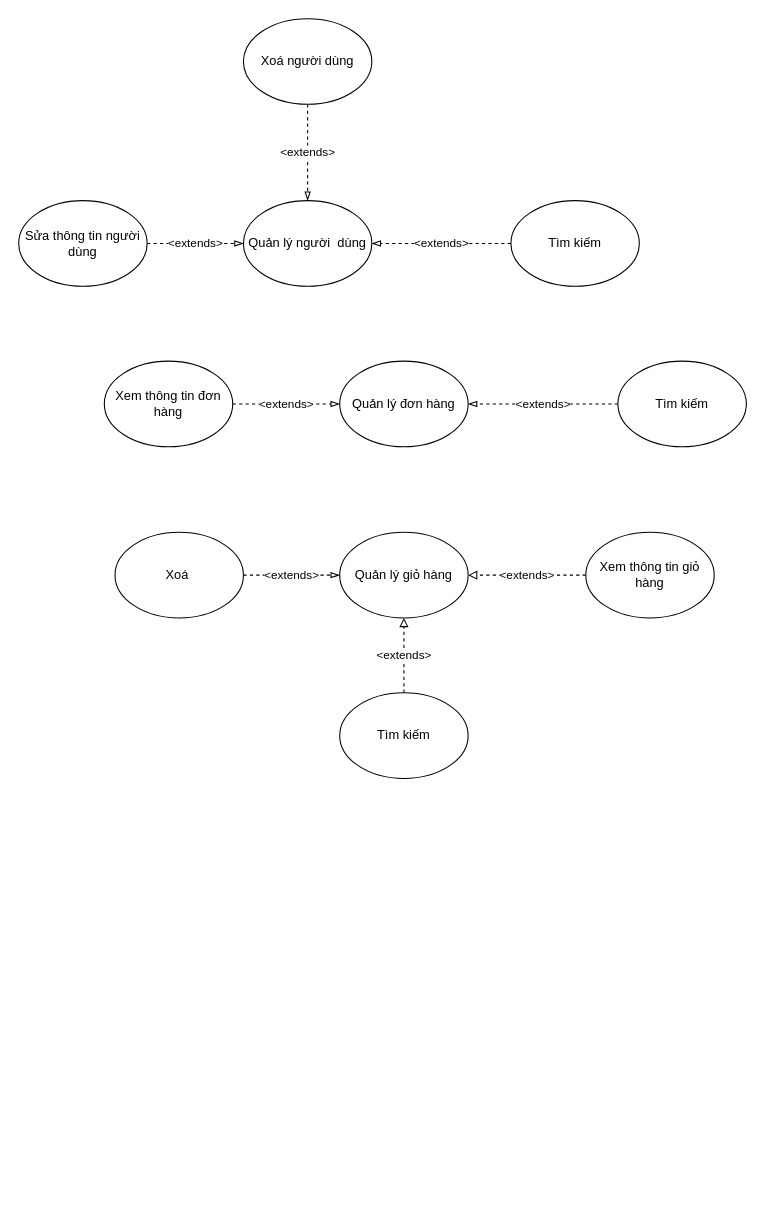
This is Untitled Diagram.drawio from leehoang21/uml, a draw.io file, before an edit. Source tidied: cells renumbered, new cells numbered last; positions are measured from the earlier drawing's top-left corner, leaving out a move shared by most shapes. Both pictures are drawn from the tidied source at 107%, with x=0, y=0 at pixel (18, 18).
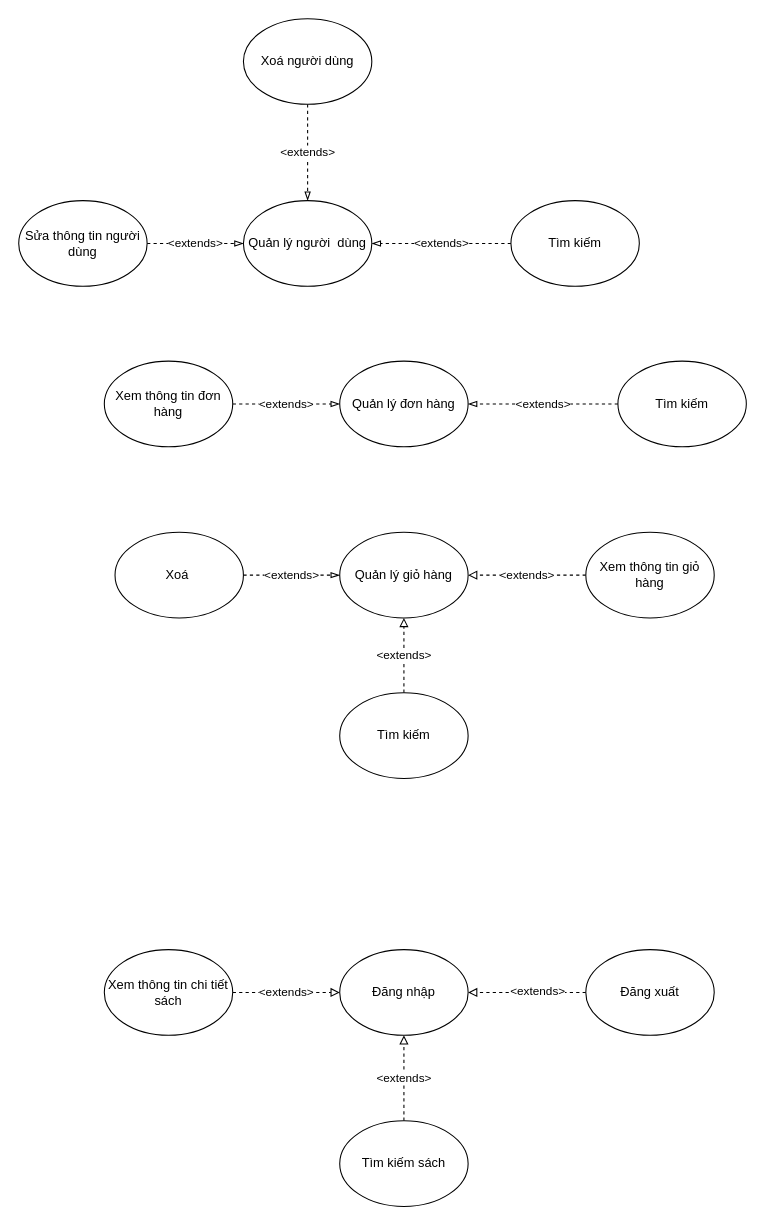
After the change.

The edit, as a diff of the source:
```diff
@@
+    <mxCell id="21" value="Đăng nhập" style="ellipse;whiteSpace=wrap;html=1;" parent="1" vertex="1">
+      <mxGeometry x="300" y="870" width="120" height="80" as="geometry" />
+    </mxCell>
+    <mxCell id="22" value="&amp;lt;extends&amp;gt;" style="edgeStyle=orthogonalEdgeStyle;rounded=0;jettySize=auto;html=1;exitX=1;exitY=0.5;exitDx=0;exitDy=0;endArrow=block;endFill=0;dashed=1;" parent="1" edge="1" source="23" target="21">
+      <mxGeometry relative="1" as="geometry" />
+    </mxCell>
+    <mxCell id="23" value="Xem thông tin chi tiết sách" style="ellipse;whiteSpace=wrap;html=1;" parent="1" vertex="1">
+      <mxGeometry x="80" y="870" width="120" height="80" as="geometry" />
+    </mxCell>
+    <mxCell id="24" style="edgeStyle=orthogonalEdgeStyle;rounded=0;jettySize=auto;html=1;exitX=0;exitY=0.5;exitDx=0;exitDy=0;dashed=1;endArrow=block;endFill=0;" parent="1" edge="1" source="26" target="21">
+      <mxGeometry relative="1" as="geometry" />
+    </mxCell>
+    <mxCell id="25" value="&amp;lt;extends&amp;gt;" style="edgeLabel;html=1;align=center;verticalAlign=middle;" parent="24" vertex="1">
+      <mxGeometry x="-0.16" y="-2" relative="1" as="geometry" />
+    </mxCell>
+    <mxCell id="26" value="Đăng xuất" style="ellipse;whiteSpace=wrap;html=1;" parent="1" vertex="1">
+      <mxGeometry x="530" y="870" width="120" height="80" as="geometry" />
+    </mxCell>
+    <mxCell id="27" value="&amp;lt;extends&amp;gt;" style="edgeStyle=orthogonalEdgeStyle;rounded=0;jettySize=auto;html=1;exitX=0.5;exitY=0;exitDx=0;exitDy=0;entryX=0.5;entryY=1;entryDx=0;entryDy=0;endArrow=block;endFill=0;dashed=1;" parent="1" edge="1" source="28" target="21">
+      <mxGeometry relative="1" as="geometry" />
+    </mxCell>
+    <mxCell id="28" value="Tìm kiếm sách" style="ellipse;whiteSpace=wrap;html=1;" parent="1" vertex="1">
+      <mxGeometry x="300" y="1030" width="120" height="80" as="geometry" />
+    </mxCell>
```
